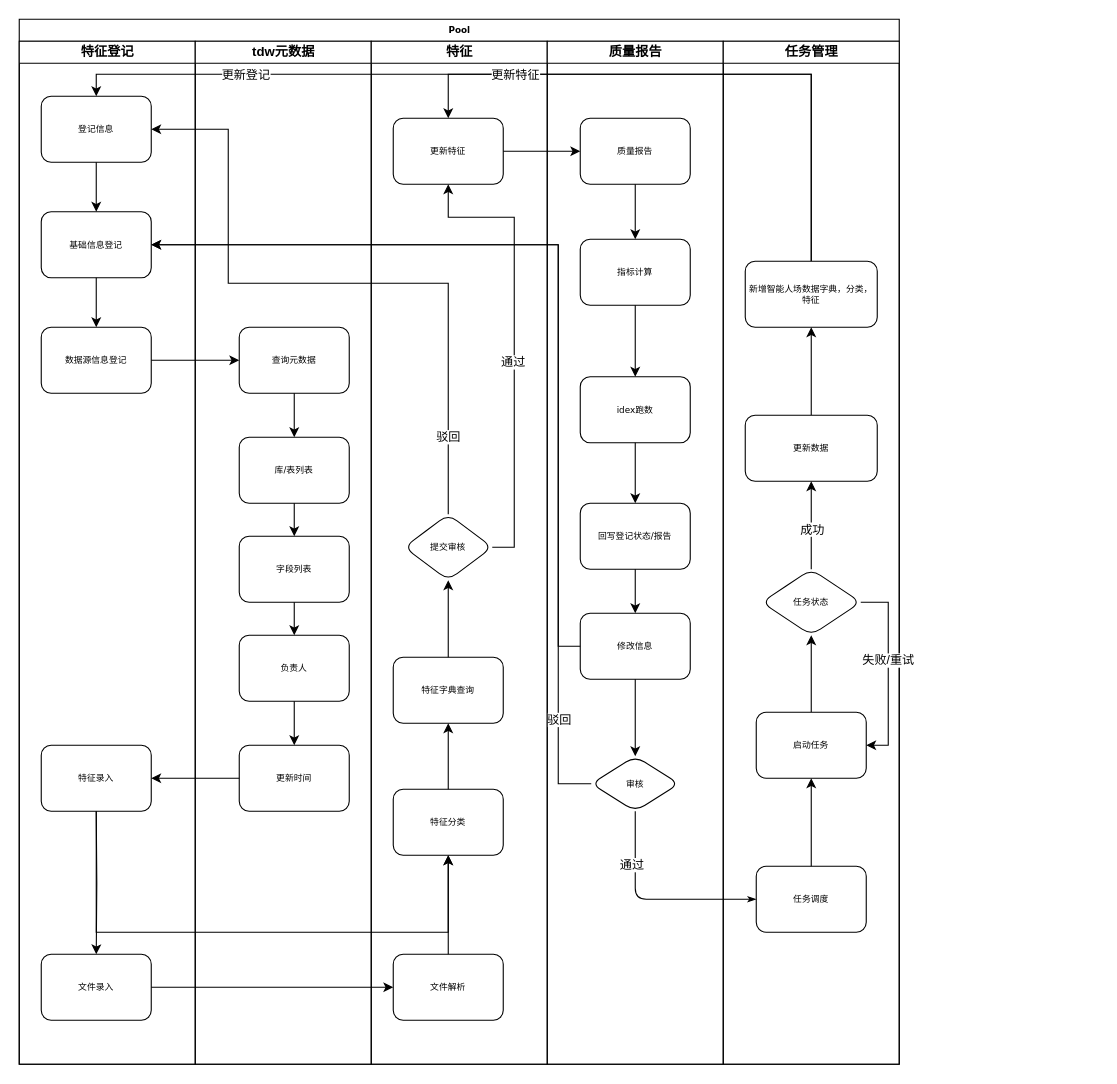
learn2Pro/draw_io_save keeps this draw.io diagram as feature_register_user_flow.drawio. Above is the earlier version. Source tidied: cells renumbered, new cells numbered last; positions are measured from the earlier drawing's top-left corner, leaving out a move shared by most shapes. Both pictures are drawn from the tidied source at 110%, with x=0, y=0 at pixel (19, 19).
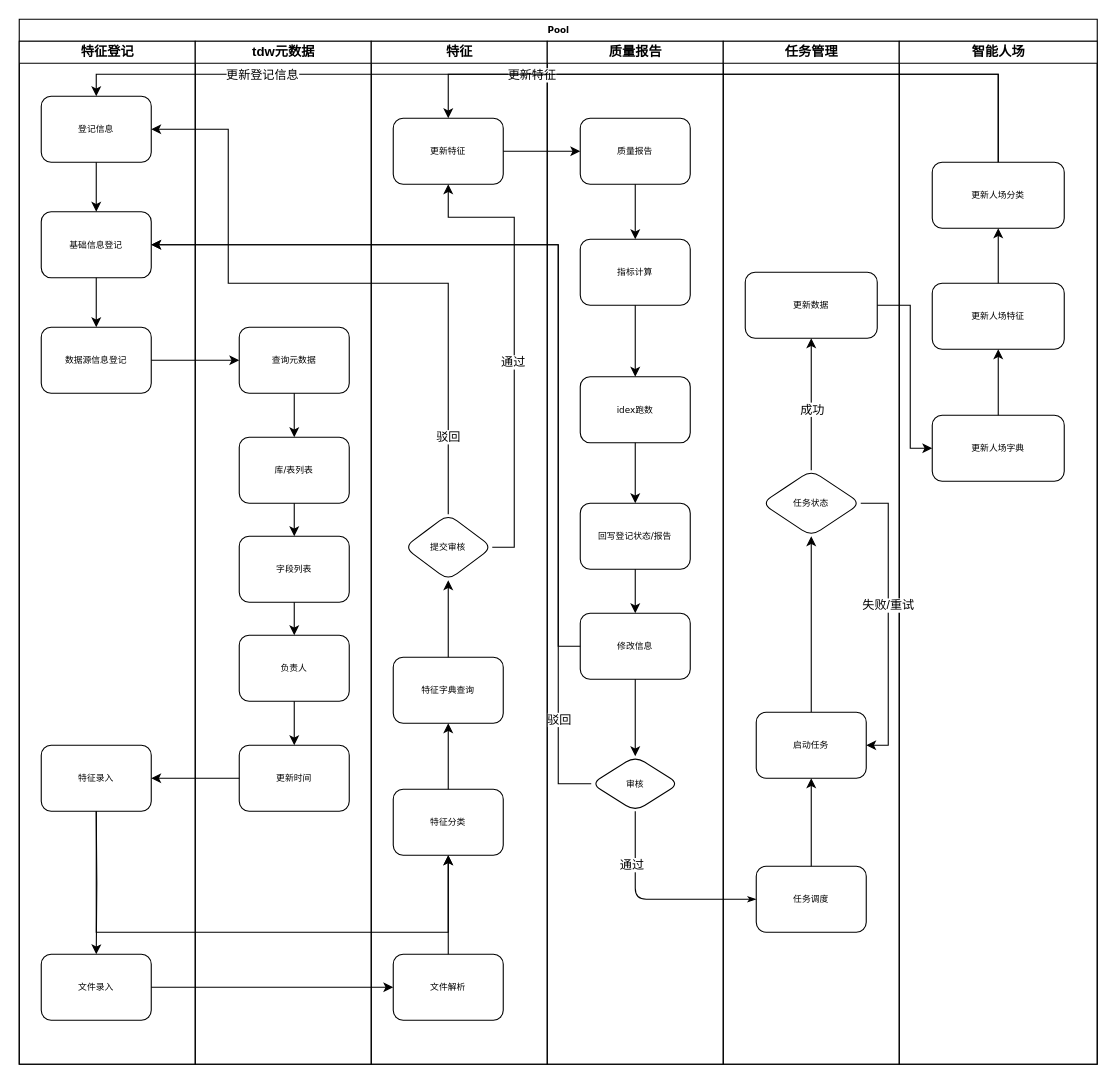
The same diagram, later.

Unchanged cells that the change refers to:
```xml
<mxCell id="4" value="登记信息" style="rounded=1;whiteSpace=wrap;html=1;shadow=0;labelBackgroundColor=none;strokeWidth=1;fontFamily=Verdana;fontSize=8;align=center;" parent="3" vertex="1">
  <mxGeometry x="20" y="50" width="100" height="60" as="geometry" />
</mxCell>
<mxCell id="27" value="更新特征" style="rounded=1;whiteSpace=wrap;html=1;shadow=0;labelBackgroundColor=none;strokeWidth=1;fontFamily=Verdana;fontSize=8;align=center;" parent="21" vertex="1">
  <mxGeometry x="20" y="70" width="100" height="60" as="geometry" />
</mxCell>
<mxCell id="48" value="任务管理" style="swimlane;html=1;startSize=20;" parent="2" vertex="1">
  <mxGeometry x="640" y="20" width="160" height="930" as="geometry" />
</mxCell>
<mxCell id="66" value="启动任务" style="rounded=1;whiteSpace=wrap;html=1;shadow=0;labelBackgroundColor=none;strokeWidth=1;fontFamily=Verdana;fontSize=8;align=center;" parent="1" vertex="1">
  <mxGeometry x="670" y="630" width="100" height="60" as="geometry" />
</mxCell>
```

Change to the diagram source:
```diff
@@
     <mxCell id="2" value="Pool" style="swimlane;html=1;startSize=20;rounded=0;shadow=0;labelBackgroundColor=none;strokeWidth=1;fontFamily=Verdana;fontSize=8;align=center;" parent="1" vertex="1">
-      <mxGeometry width="800" height="950" as="geometry" />
+      <mxGeometry width="980" height="950" as="geometry" />
     </mxCell>
@@
-    <mxCell id="44" style="edgeStyle=orthogonalEdgeStyle;rounded=0;jettySize=auto;html=1;entryX=0.5;entryY=0;entryDx=0;entryDy=0;exitX=0.5;exitY=0;exitDx=0;exitDy=0;startArrow=none;" parent="2" edge="1" source="51" target="4">
-      <mxGeometry relative="1" as="geometry" />
-    </mxCell>
-    <mxCell id="45" value="更新登记" style="edgeLabel;html=1;align=center;verticalAlign=middle;" parent="44" vertex="1">
-      <mxGeometry x="0.63" relative="1" as="geometry" />
-    </mxCell>
-    <mxCell id="46" style="edgeStyle=orthogonalEdgeStyle;rounded=0;jettySize=auto;html=1;entryX=0.5;entryY=0;entryDx=0;entryDy=0;exitX=0.5;exitY=0;exitDx=0;exitDy=0;startArrow=none;" parent="2" edge="1" source="51" target="27">
+    <mxCell id="46" style="edgeStyle=orthogonalEdgeStyle;rounded=0;jettySize=auto;html=1;entryX=0.5;entryY=0;entryDx=0;entryDy=0;exitX=0.5;exitY=0;exitDx=0;exitDy=0;startArrow=none;" parent="2" edge="1" source="78" target="27">
       <mxGeometry relative="1" as="geometry">
         <Array as="points">
-          <mxPoint x="720" y="50" />
+          <mxPoint x="890" y="50" />
           <mxPoint x="390" y="50" />
         </Array>
       </mxGeometry>
     </mxCell>
@@
     <mxCell id="50" value="任务状态" style="rhombus;whiteSpace=wrap;html=1;rounded=1;shadow=0;fontFamily=Verdana;fontSize=8;strokeWidth=1;" parent="48" vertex="1">
-      <mxGeometry x="35" y="480" width="90" height="60" as="geometry" />
+      <mxGeometry x="35" y="390" width="90" height="60" as="geometry" />
     </mxCell>
-    <mxCell id="51" value="新增智能人场数据字典，分类，特征" style="whiteSpace=wrap;html=1;rounded=1;shadow=0;fontFamily=Verdana;fontSize=8;strokeWidth=1;" parent="48" vertex="1">
-      <mxGeometry x="20" y="200" width="120" height="60" as="geometry" />
-    </mxCell>
+    <mxCell id="69" value="更新数据" style="whiteSpace=wrap;html=1;rounded=1;shadow=0;fontFamily=Verdana;fontSize=8;strokeWidth=1;" parent="48" vertex="1">
+      <mxGeometry x="20" y="210" width="120" height="60" as="geometry" />
+    </mxCell>
+    <mxCell id="70" style="edgeStyle=orthogonalEdgeStyle;rounded=0;jettySize=auto;html=1;" parent="48" edge="1" source="50" target="69">
+      <mxGeometry relative="1" as="geometry" />
+    </mxCell>
+    <mxCell id="71" value="成功" style="edgeLabel;html=1;align=center;verticalAlign=middle;" parent="70" vertex="1">
+      <mxGeometry x="-0.07" relative="1" as="geometry" />
+    </mxCell>
+    <mxCell id="74" value="智能人场" style="swimlane;html=1;startSize=20;" parent="2" vertex="1">
+      <mxGeometry x="800" y="20" width="180" height="930" as="geometry" />
+    </mxCell>
+    <mxCell id="75" value="更新人场字典" style="whiteSpace=wrap;html=1;rounded=1;shadow=0;fontFamily=Verdana;fontSize=8;strokeWidth=1;" parent="74" vertex="1">
+      <mxGeometry x="30" y="340" width="120" height="60" as="geometry" />
+    </mxCell>
+    <mxCell id="76" value="更新人场特征" style="whiteSpace=wrap;html=1;rounded=1;shadow=0;fontFamily=Verdana;fontSize=8;strokeWidth=1;" parent="74" vertex="1">
+      <mxGeometry x="30" y="220" width="120" height="60" as="geometry" />
+    </mxCell>
+    <mxCell id="77" style="edgeStyle=orthogonalEdgeStyle;rounded=0;jettySize=auto;html=1;" parent="74" edge="1" source="75" target="76">
+      <mxGeometry relative="1" as="geometry" />
+    </mxCell>
+    <mxCell id="78" value="更新人场分类" style="whiteSpace=wrap;html=1;rounded=1;shadow=0;fontFamily=Verdana;fontSize=8;strokeWidth=1;" parent="74" vertex="1">
+      <mxGeometry x="30" y="110" width="120" height="60" as="geometry" />
+    </mxCell>
+    <mxCell id="79" style="edgeStyle=orthogonalEdgeStyle;rounded=0;jettySize=auto;html=1;" parent="74" edge="1" source="76" target="78">
+      <mxGeometry relative="1" as="geometry" />
+    </mxCell>
+    <mxCell id="80" style="edgeStyle=orthogonalEdgeStyle;rounded=0;jettySize=auto;html=1;entryX=0.5;entryY=0;entryDx=0;entryDy=0;exitX=0.5;exitY=0;exitDx=0;exitDy=0;startArrow=none;" parent="2" edge="1" source="78" target="4">
+      <mxGeometry relative="1" as="geometry">
+        <Array as="points">
+          <mxPoint x="890" y="50" />
+          <mxPoint x="70" y="50" />
+        </Array>
+      </mxGeometry>
+    </mxCell>
+    <mxCell id="81" value="更新登记信息" style="edgeLabel;html=1;align=center;verticalAlign=middle;" parent="80" vertex="1">
+      <mxGeometry x="0.63" relative="1" as="geometry" />
+    </mxCell>
+    <mxCell id="82" style="edgeStyle=orthogonalEdgeStyle;rounded=0;jettySize=auto;html=1;" parent="2" edge="1" source="69" target="75">
+      <mxGeometry relative="1" as="geometry">
+        <Array as="points">
+          <mxPoint x="810" y="260" />
+          <mxPoint x="810" y="390" />
+        </Array>
+      </mxGeometry>
+    </mxCell>
@@
-    <mxCell id="68" style="edgeStyle=orthogonalEdgeStyle;rounded=0;jettySize=auto;html=1;" parent="1" edge="1" source="69" target="51">
-      <mxGeometry relative="1" as="geometry" />
-    </mxCell>
-    <mxCell id="69" value="更新数据" style="whiteSpace=wrap;html=1;rounded=1;shadow=0;fontFamily=Verdana;fontSize=8;strokeWidth=1;" parent="1" vertex="1">
-      <mxGeometry x="660" y="360" width="120" height="60" as="geometry" />
-    </mxCell>
-    <mxCell id="70" style="edgeStyle=orthogonalEdgeStyle;rounded=0;jettySize=auto;html=1;" parent="1" edge="1" source="50" target="69">
-      <mxGeometry relative="1" as="geometry" />
-    </mxCell>
-    <mxCell id="71" value="成功" style="edgeLabel;html=1;align=center;verticalAlign=middle;" parent="70" vertex="1">
-      <mxGeometry x="-0.07" relative="1" as="geometry" />
-    </mxCell>
     <mxCell id="72" style="edgeStyle=orthogonalEdgeStyle;rounded=0;jettySize=auto;html=1;entryX=1;entryY=0.5;entryDx=0;entryDy=0;" parent="1" edge="1" source="50" target="66">
       <mxGeometry relative="1" as="geometry">
         <Array as="points">
-          <mxPoint x="790" y="530" />
+          <mxPoint x="790" y="440" />
           <mxPoint x="790" y="660" />
         </Array>
       </mxGeometry>
     </mxCell>
```
